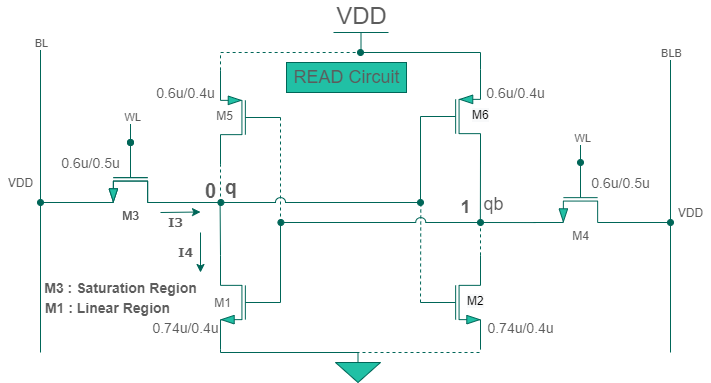
The draw.io diagram Images/READ.png in Khadgaray/6T_SRAM, before a commit. Source tidied: cells renumbered, new cells last; positions are measured from the earlier drawing's top-left corner, leaving out a move shared by most shapes.
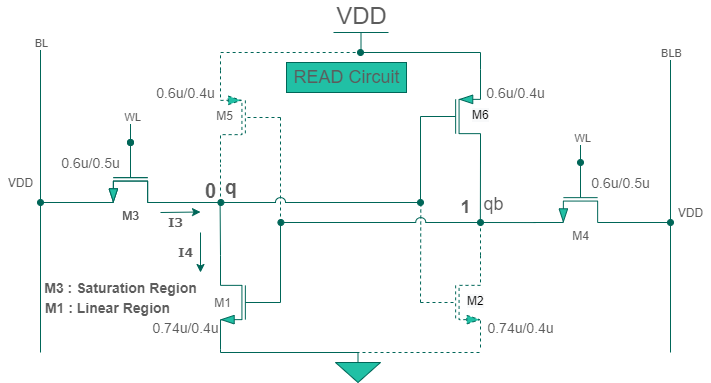
Later version of the same file.

What changed in the source:
```diff
@@ -2,13 +2,13 @@
   <root>
     <mxCell id="0" />
     <mxCell id="1" parent="0" />
-    <mxCell id="2" style="verticalLabelPosition=bottom;shadow=0;dashed=0;align=center;html=1;verticalAlign=top;shape=mxgraph.electrical.transistors.pmos;rotation=-180;flipV=1;fillColor=#21C0A5;strokeColor=#006658;fontColor=#5C5C5C;" parent="1" vertex="1">
+    <mxCell id="2" style="verticalLabelPosition=bottom;shadow=0;dashed=1;align=center;html=1;verticalAlign=top;shape=mxgraph.electrical.transistors.pmos;rotation=-180;flipV=1;fillColor=#21C0A5;strokeColor=#006658;fontColor=#5C5C5C;" parent="1" vertex="1">
       <mxGeometry x="220" y="35" width="60" height="100" as="geometry" />
     </mxCell>
     <mxCell id="3" style="verticalLabelPosition=bottom;shadow=0;dashed=0;align=center;html=1;verticalAlign=top;shape=mxgraph.electrical.transistors.pmos;fillColor=#21C0A5;strokeColor=#006658;fontColor=#5C5C5C;" parent="1" vertex="1">
       <mxGeometry x="420" y="34" width="60" height="100" as="geometry" />
     </mxCell>
-    <mxCell id="4" style="verticalLabelPosition=bottom;shadow=0;dashed=0;align=center;html=1;verticalAlign=top;shape=mxgraph.electrical.transistors.nmos;fillColor=#21C0A5;strokeColor=#006658;fontColor=#5C5C5C;" parent="1" vertex="1">
+    <mxCell id="4" style="verticalLabelPosition=bottom;shadow=0;dashed=1;align=center;html=1;verticalAlign=top;shape=mxgraph.electrical.transistors.nmos;fillColor=#21C0A5;strokeColor=#006658;fontColor=#5C5C5C;" parent="1" vertex="1">
       <mxGeometry x="420" y="220" width="60" height="100" as="geometry" />
     </mxCell>
     <mxCell id="5" style="verticalLabelPosition=bottom;shadow=0;dashed=0;align=center;html=1;verticalAlign=top;shape=mxgraph.electrical.transistors.nmos;rotation=-180;flipV=1;fillColor=#21C0A5;strokeColor=#006658;fontColor=#5C5C5C;" parent="1" vertex="1">
```
